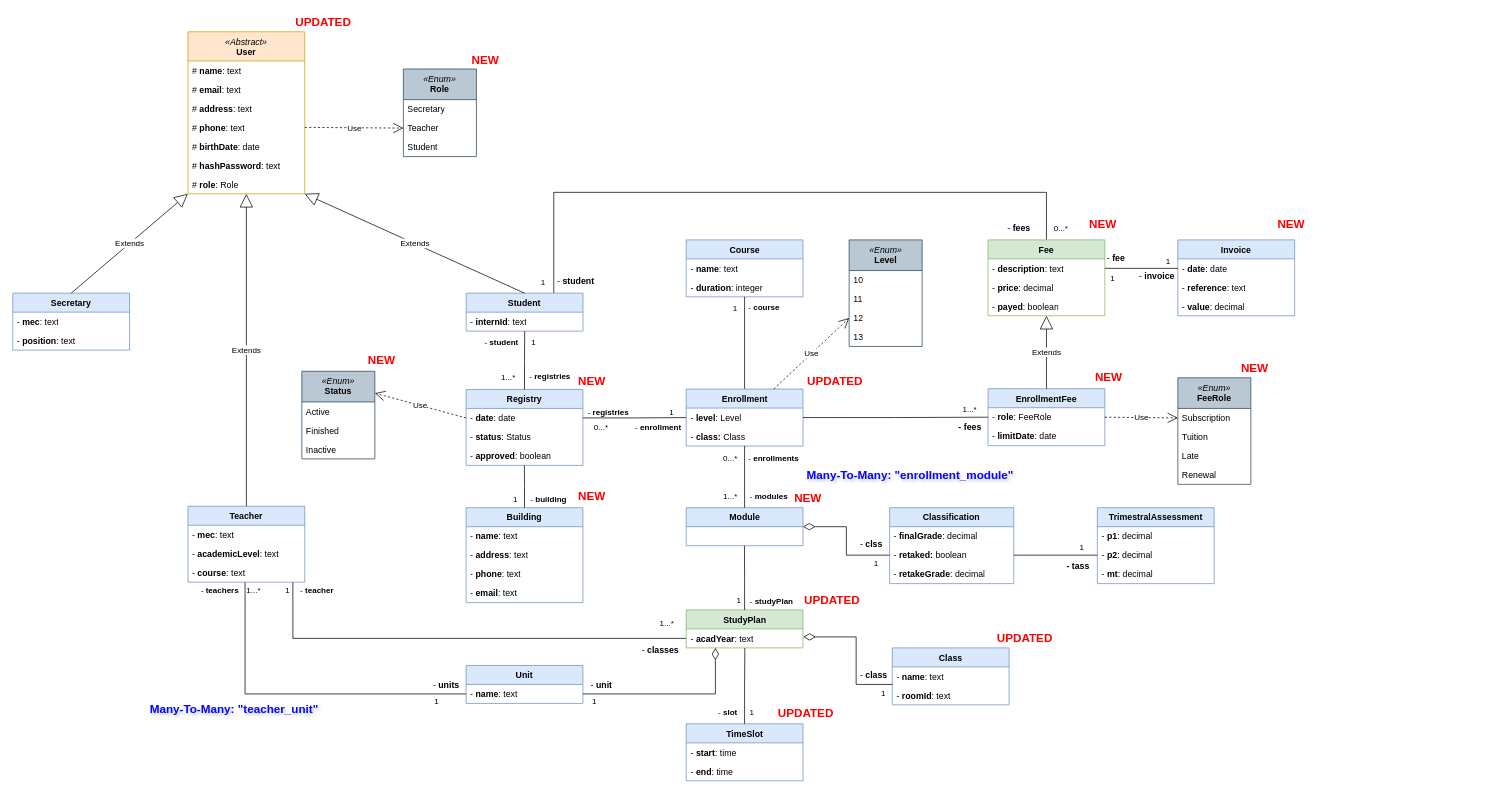
This is editables/data-model.drawio from Joaquim-Claudio/Imptel-Online_P.D.S-2024-2025, a draw.io file, before an edit. Source tidied: cells renumbered, new cells numbered last; positions are measured from the earlier drawing's top-left corner, leaving out a move shared by most shapes. Both pictures are drawn from the tidied source at 73%, with x=0, y=0 at pixel (12, 12).
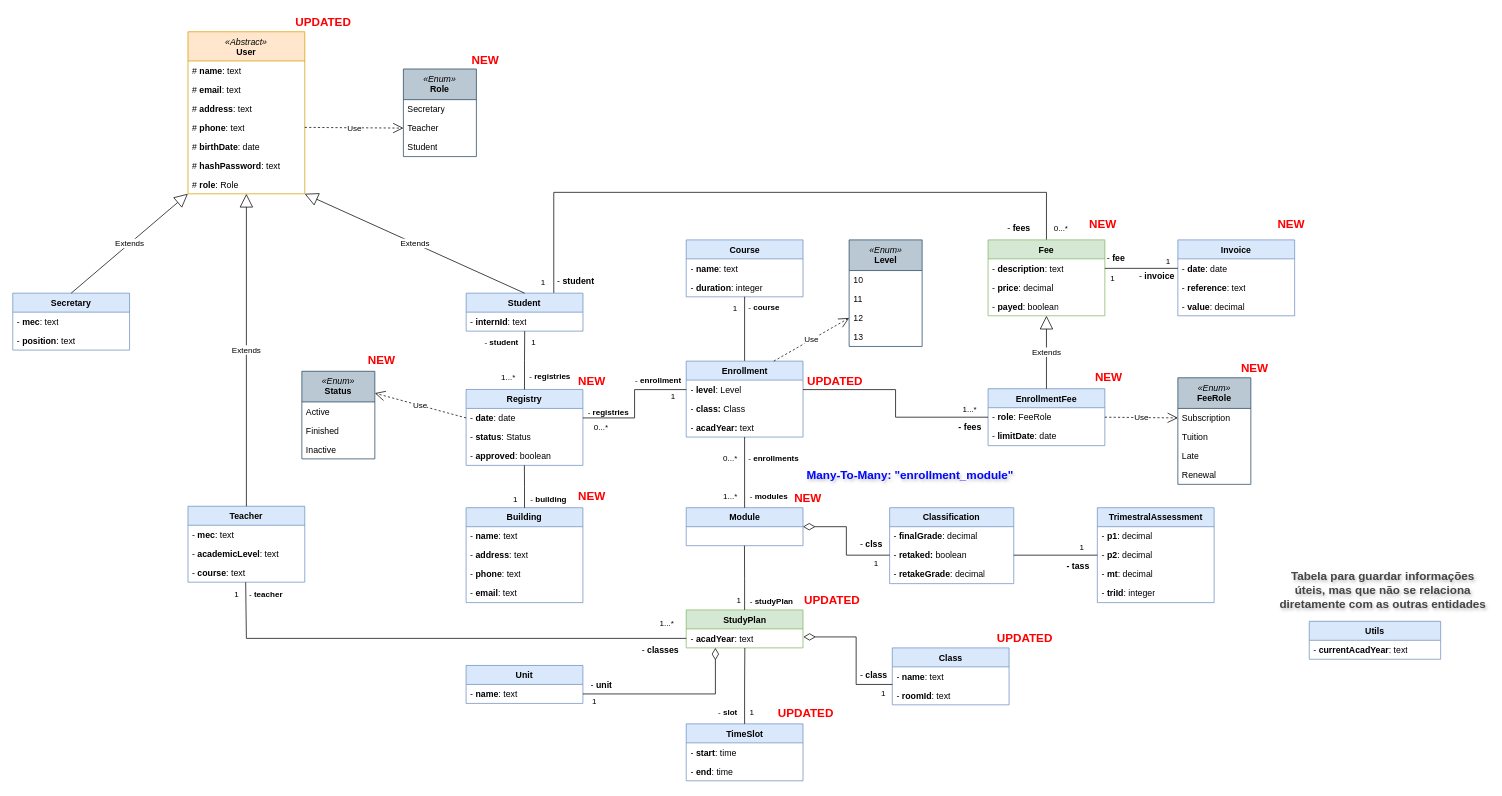
The same diagram, later.

Commit message (it also covers changes not shown here):
Data model updated.

Unchanged cells that the change refers to:
```xml
<mxCell id="19" value="- &lt;b&gt;course&lt;/b&gt;: text&amp;nbsp;" style="text;strokeColor=none;fillColor=none;align=left;verticalAlign=top;spacingLeft=4;spacingRight=4;overflow=hidden;points=[[0,0.5],[1,0.5]];portConstraint=eastwest;whiteSpace=wrap;html=1;" parent="16" vertex="1">
  <mxGeometry y="78" width="160" height="26" as="geometry" />
</mxCell>
<mxCell id="21" value="- &lt;b&gt;acadYear&lt;/b&gt;: text" style="text;strokeColor=none;fillColor=none;align=left;verticalAlign=top;spacingLeft=4;spacingRight=4;overflow=hidden;points=[[0,0.5],[1,0.5]];portConstraint=eastwest;whiteSpace=wrap;html=1;" parent="20" vertex="1">
  <mxGeometry y="26" width="160" height="26" as="geometry" />
</mxCell>
<mxCell id="34" value="- &lt;b&gt;name&lt;/b&gt;: text" style="text;strokeColor=none;fillColor=none;align=left;verticalAlign=top;spacingLeft=4;spacingRight=4;overflow=hidden;points=[[0,0.5],[1,0.5]];portConstraint=eastwest;whiteSpace=wrap;html=1;" parent="33" vertex="1">
  <mxGeometry y="26" width="160" height="26" as="geometry" />
</mxCell>
```

What changed in the source:
```diff
@@
     <mxCell id="29" value="Enrollment" style="swimlane;fontStyle=1;align=center;verticalAlign=top;horizontal=1;startSize=26;whiteSpace=wrap;html=1;fillColor=#dae8fc;strokeColor=#6c8ebf;" parent="1" vertex="1">
-      <mxGeometry x="922.5" y="515.5" width="160" height="78" as="geometry" />
+      <mxGeometry x="922.5" y="477.2" width="160" height="104" as="geometry" />
     </mxCell>
@@
+    <mxCell id="168" value="- &lt;b&gt;acadYear: &lt;/b&gt;text" style="text;strokeColor=none;fillColor=none;align=left;verticalAlign=top;spacingLeft=4;spacingRight=4;overflow=hidden;whiteSpace=wrap;html=1;" parent="29" vertex="1">
+      <mxGeometry y="78" width="160" height="26" as="geometry" />
+    </mxCell>
@@
     <mxCell id="41" value="TrimestralAssessment" style="swimlane;fontStyle=1;align=center;verticalAlign=top;horizontal=1;startSize=26;whiteSpace=wrap;html=1;fillColor=#dae8fc;strokeColor=#6c8ebf;" parent="1" vertex="1">
-      <mxGeometry x="1485.7" y="678" width="160" height="104" as="geometry" />
+      <mxGeometry x="1485.7" y="678" width="160" height="130" as="geometry" />
     </mxCell>
@@
+    <mxCell id="169" value="- &lt;b&gt;triId&lt;/b&gt;: integer" style="text;strokeColor=none;fillColor=none;align=left;verticalAlign=top;spacingLeft=4;spacingRight=4;overflow=hidden;whiteSpace=wrap;html=1;" parent="41" vertex="1">
+      <mxGeometry y="104" width="160" height="26" as="geometry" />
+    </mxCell>
@@
-    <mxCell id="48" value="1" style="edgeLabel;html=1;align=right;verticalAlign=bottom;" parent="1" vertex="1">
-      <mxGeometry x="906" y="554.5" as="geometry" />
-    </mxCell>
@@
     <mxCell id="63" value="1" style="edgeLabel;html=1;align=right;verticalAlign=bottom;" parent="1" vertex="1">
-      <mxGeometry x="380" y="800" as="geometry" />
+      <mxGeometry x="310" y="805" as="geometry" />
     </mxCell>
@@
     <mxCell id="88" value="- &lt;b&gt;enrollment&lt;/b&gt;" style="edgeLabel;html=1;align=right;verticalAlign=bottom;" parent="1" vertex="1">
-      <mxGeometry x="916" y="576" as="geometry" />
+      <mxGeometry x="916" y="512" as="geometry" />
     </mxCell>
@@
-    <mxCell id="106" style="edgeStyle=orthogonalEdgeStyle;rounded=0;jettySize=auto;html=1;exitX=0;exitY=0.5;exitDx=0;exitDy=0;endArrow=none;endFill=0;entryX=0.898;entryY=1.009;entryDx=0;entryDy=0;entryPerimeter=0;" parent="1" edge="1" source="21" target="19">
+    <mxCell id="106" style="edgeStyle=orthogonalEdgeStyle;rounded=0;jettySize=auto;html=1;exitX=0;exitY=0.5;exitDx=0;exitDy=0;endArrow=none;endFill=0;entryX=0.494;entryY=1.005;entryDx=0;entryDy=0;entryPerimeter=0;" parent="1" edge="1" source="21" target="19">
       <mxGeometry relative="1" as="geometry">
         <Array as="points">
-          <mxPoint x="384" y="857" />
+          <mxPoint x="320" y="857" />
+          <mxPoint x="320" y="780" />
         </Array>
       </mxGeometry>
     </mxCell>
     <mxCell id="107" value="- &lt;b&gt;teacher&lt;/b&gt;" style="edgeLabel;html=1;align=right;verticalAlign=bottom;" parent="1" vertex="1">
-      <mxGeometry x="440" y="800" as="geometry" />
+      <mxGeometry x="370" y="805" as="geometry" />
     </mxCell>
@@
-    <mxCell id="162" style="edgeStyle=orthogonalEdgeStyle;rounded=0;jettySize=auto;html=1;exitX=0;exitY=0.5;exitDx=0;exitDy=0;entryX=0.489;entryY=1.015;entryDx=0;entryDy=0;entryPerimeter=0;endArrow=none;endFill=0;" parent="1" edge="1" source="34" target="19">
-      <mxGeometry relative="1" as="geometry" />
-    </mxCell>
-    <mxCell id="163" value="- &lt;b&gt;teachers&lt;/b&gt;" style="edgeLabel;html=1;align=right;verticalAlign=bottom;" parent="1" vertex="1">
-      <mxGeometry x="310" y="800" as="geometry" />
-    </mxCell>
-    <mxCell id="164" value="1...*" style="edgeLabel;html=1;align=right;verticalAlign=bottom;" parent="1" vertex="1">
-      <mxGeometry x="340" y="800" as="geometry" />
-    </mxCell>
-    <mxCell id="165" value="- &lt;b&gt;units&lt;/b&gt;" style="text;strokeColor=none;fillColor=none;align=left;verticalAlign=top;spacingLeft=4;spacingRight=4;overflow=hidden;whiteSpace=wrap;html=1;" parent="1" vertex="1">
-      <mxGeometry x="570" y="907.1" width="50.1" height="26" as="geometry" />
-    </mxCell>
-    <mxCell id="166" value="1" style="edgeLabel;html=1;align=right;verticalAlign=bottom;" parent="1" vertex="1">
-      <mxGeometry x="584" y="951.1" as="geometry" />
-    </mxCell>
-    <mxCell id="167" value="Many-To-Many: &quot;teacher_unit&quot;" style="text;align=center;fontStyle=1;verticalAlign=middle;spacingLeft=3;spacingRight=3;html=1;fontColor=#0008ff;fontSize=16;textShadow=1;" parent="1" vertex="1">
-      <mxGeometry x="156.5" y="940.6" width="293.5" height="26" as="geometry" />
-    </mxCell>
+    <mxCell id="170" value="Utils" style="swimlane;fontStyle=1;align=center;verticalAlign=top;horizontal=1;startSize=26;whiteSpace=wrap;html=1;fillColor=#dae8fc;strokeColor=#6c8ebf;" parent="1" vertex="1">
+      <mxGeometry x="1776" y="833.6" width="180" height="52" as="geometry" />
+    </mxCell>
+    <mxCell id="171" value="- &lt;b&gt;currentAcadYear&lt;/b&gt;: text" style="text;strokeColor=none;fillColor=none;align=left;verticalAlign=top;spacingLeft=4;spacingRight=4;overflow=hidden;whiteSpace=wrap;html=1;" parent="170" vertex="1">
+      <mxGeometry y="26" width="180" height="26" as="geometry" />
+    </mxCell>
+    <mxCell id="172" value="Tabela para guardar informações úteis, mas que não se relaciona diretamente com as outras entidades" style="text;align=center;fontStyle=1;verticalAlign=middle;spacingLeft=3;spacingRight=3;html=1;fontColor=#454545;fontSize=16;textShadow=1;whiteSpace=wrap;" parent="1" vertex="1">
+      <mxGeometry x="1730" y="756" width="293.5" height="70" as="geometry" />
+    </mxCell>
+    <mxCell id="173" value="1" style="edgeLabel;html=1;align=right;verticalAlign=bottom;" parent="1" vertex="1">
+      <mxGeometry x="1002.5" y="680" as="geometry">
+        <mxPoint x="-95" y="-146" as="offset" />
+      </mxGeometry>
+    </mxCell>
```
